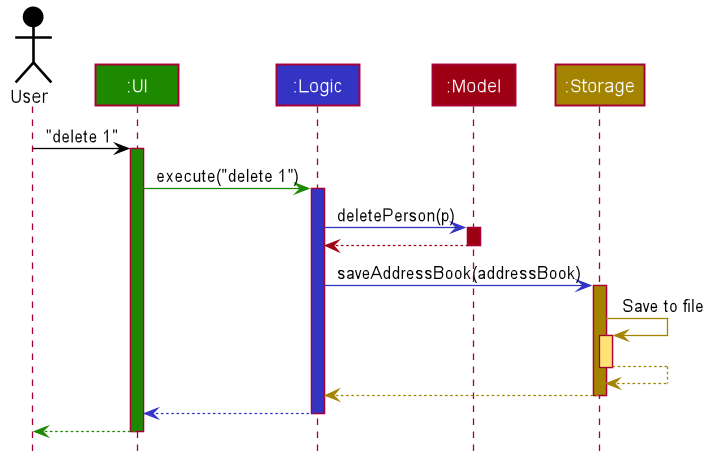
The PlantUML diagram docs/images/developer-guide/ArchitectureSequenceDiagram.png in ryanpeh/SmartNUS, before a commit. The source it was exported from:
```plantuml
@startuml








skinparam BackgroundColor #FFFFFFF

skinparam Shadowing false

skinparam Class {
    FontColor #FFFFFF
    BorderThickness 1
    BorderColor #FFFFFF
    StereotypeFontColor #FFFFFF
    FontName Arial
}

skinparam Actor {
    BorderColor #000000
    Color #000000
    FontName Arial
}

skinparam Sequence {
    MessageAlign center
    BoxFontSize 15
    BoxPadding 0
    BoxFontColor #FFFFFF
    FontName Arial
}

skinparam Participant {
    FontColor #FFFFFFF
    Padding 20
}

skinparam MinClassWidth 50
skinparam ParticipantPadding 10
skinparam Shadowing false
skinparam DefaultTextAlignment center
skinparam packageStyle Rectangle

hide footbox
hide members
hide circle

Actor User as user #000000
Participant ":UI" as ui #1D8900
Participant ":Logic" as logic #3333C4
Participant ":Model" as model #9D0012
Participant ":Storage" as storage #A38300

user -[#000000]> ui : "delete 1"
activate ui #1D8900

ui -[#1D8900]> logic : execute("delete 1")
activate logic #3333C4

logic -[#3333C4]> model : deletePerson(p)
activate model #9D0012

model -[#9D0012]-> logic
deactivate model

logic -[#3333C4]> storage : saveAddressBook(addressBook)
activate storage #A38300

storage -[#A38300]> storage : Save to file
activate storage #FFE374
storage --[#A38300]> storage
deactivate storage

storage --[#A38300]> logic
deactivate storage

logic --[#3333C4]> ui
deactivate logic

ui--[#1D8900]> user
deactivate ui
@enduml
```
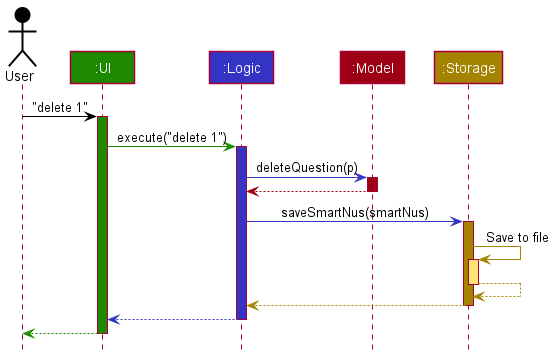
Later version of the same file.

Change to the diagram source:
```diff
@@ -1,85 +1,38 @@
 @startuml
+!include style.puml
 
+Actor User as user USER_COLOR
+Participant ":UI" as ui UI_COLOR
+Participant ":Logic" as logic LOGIC_COLOR
+Participant ":Model" as model MODEL_COLOR
+Participant ":Storage" as storage STORAGE_COLOR
 
+user -[USER_COLOR]> ui : "delete 1"
+activate ui UI_COLOR
 
+ui -[UI_COLOR]> logic : execute("delete 1")
+activate logic LOGIC_COLOR
 
+logic -[LOGIC_COLOR]> model : deleteQuestion(p)
+activate model MODEL_COLOR
 
-
-
-
-skinparam BackgroundColor #FFFFFFF
-
-skinparam Shadowing false
-
-skinparam Class {
-    FontColor #FFFFFF
-    BorderThickness 1
-    BorderColor #FFFFFF
-    StereotypeFontColor #FFFFFF
-    FontName Arial
-}
-
-skinparam Actor {
-    BorderColor #000000
-    Color #000000
-    FontName Arial
-}
-
-skinparam Sequence {
-    MessageAlign center
-    BoxFontSize 15
-    BoxPadding 0
-    BoxFontColor #FFFFFF
-    FontName Arial
-}
-
-skinparam Participant {
-    FontColor #FFFFFFF
-    Padding 20
-}
-
-skinparam MinClassWidth 50
-skinparam ParticipantPadding 10
-skinparam Shadowing false
-skinparam DefaultTextAlignment center
-skinparam packageStyle Rectangle
-
-hide footbox
-hide members
-hide circle
-
-Actor User as user #000000
-Participant ":UI" as ui #1D8900
-Participant ":Logic" as logic #3333C4
-Participant ":Model" as model #9D0012
-Participant ":Storage" as storage #A38300
-
-user -[#000000]> ui : "delete 1"
-activate ui #1D8900
-
-ui -[#1D8900]> logic : execute("delete 1")
-activate logic #3333C4
-
-logic -[#3333C4]> model : deletePerson(p)
-activate model #9D0012
-
-model -[#9D0012]-> logic
+model -[MODEL_COLOR]-> logic
 deactivate model
 
-logic -[#3333C4]> storage : saveAddressBook(addressBook)
-activate storage #A38300
+logic -[LOGIC_COLOR]> storage : saveSmartNus(smartNus)
+activate storage STORAGE_COLOR
 
-storage -[#A38300]> storage : Save to file
-activate storage #FFE374
-storage --[#A38300]> storage
+storage -[STORAGE_COLOR]> storage : Save to file
+activate storage STORAGE_COLOR_T1
+storage --[STORAGE_COLOR]> storage
 deactivate storage
 
-storage --[#A38300]> logic
+storage --[STORAGE_COLOR]> logic
 deactivate storage
 
-logic --[#3333C4]> ui
+logic --[LOGIC_COLOR]> ui
 deactivate logic
 
-ui--[#1D8900]> user
+ui--[UI_COLOR]> user
 deactivate ui
 @enduml
```
